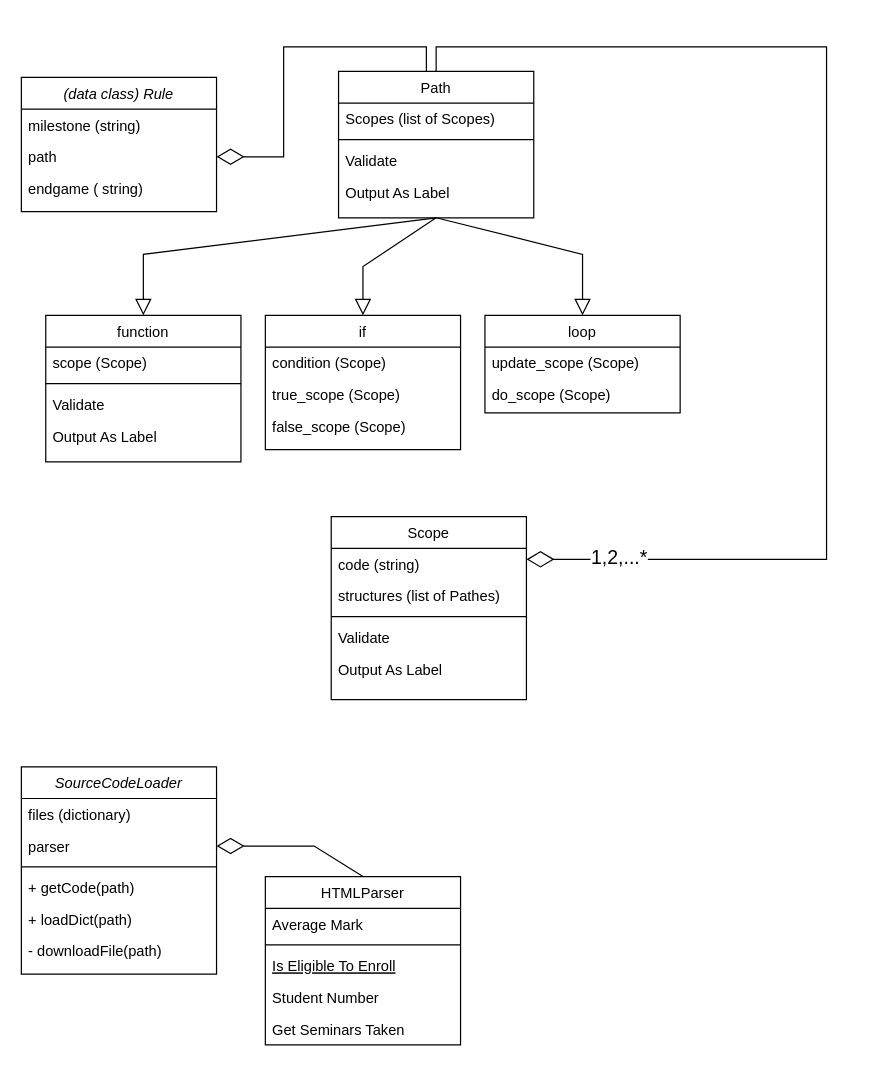
zivnaim/simon keeps this draw.io diagram as Untitled Diagram.drawio. Above is the earlier version. Source tidied: cells renumbered, new cells numbered last; positions are measured from the earlier drawing's top-left corner, leaving out a move shared by most shapes. Both pictures are drawn from the tidied source at 122%, with x=0, y=0 at pixel (21, 46).
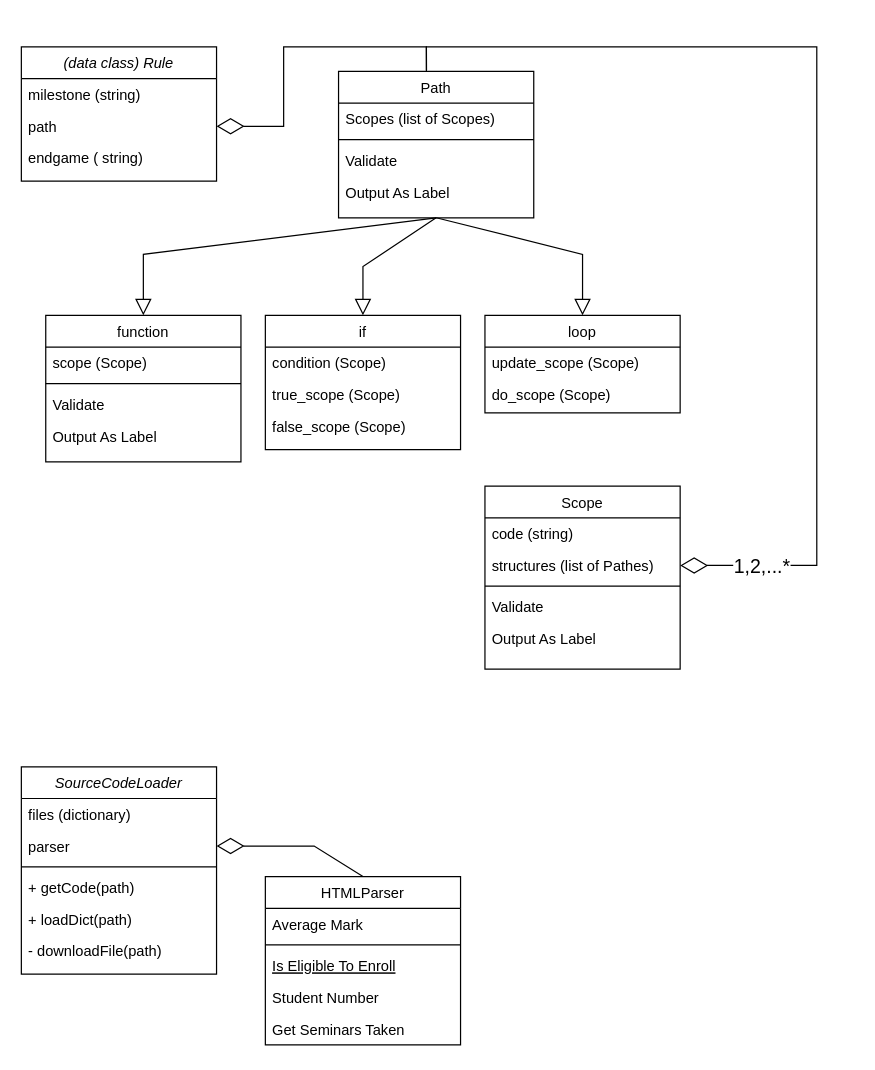
The same page after the edit.

The change refers to these unchanged cells:
```xml
<mxCell id="9" value="Path" style="swimlane;fontStyle=0;align=center;verticalAlign=top;horizontal=1;startSize=26;rounded=0;shadow=0;strokeWidth=1;" parent="1" vertex="1">
  <mxGeometry x="260" y="20" width="160" height="120" as="geometry" />
</mxCell>
<mxCell id="31" value="structures (list of Pathes)" style="text;align=left;verticalAlign=top;spacingLeft=4;spacingRight=4;overflow=hidden;points=[[0,0.5],[1,0.5]];portConstraint=eastwest;rounded=0;shadow=0;html=0;" parent="29" vertex="1">
  <mxGeometry y="52" width="160" height="26" as="geometry" />
</mxCell>
```

Diff of the diagram source:
```diff
@@
     <mxCell id="2" value="(data class) Rule" style="swimlane;fontStyle=2;align=center;verticalAlign=top;horizontal=1;startSize=26;rounded=0;shadow=0;strokeWidth=1;" parent="1" vertex="1">
-      <mxGeometry y="25" width="160" height="110" as="geometry" />
+      <mxGeometry width="160" height="110" as="geometry" />
     </mxCell>
@@
     <mxCell id="29" value="Scope" style="swimlane;fontStyle=0;align=center;verticalAlign=top;horizontal=1;startSize=26;rounded=0;shadow=0;strokeWidth=1;" parent="1" vertex="1">
-      <mxGeometry x="254" y="385" width="160" height="150" as="geometry" />
+      <mxGeometry x="380" y="360" width="160" height="150" as="geometry" />
     </mxCell>
@@
-    <mxCell id="47" style="edgeStyle=orthogonalEdgeStyle;rounded=0;jettySize=auto;html=1;endArrow=none;endFill=0;startArrow=diamondThin;startFill=0;startSize=20;entryX=0.5;entryY=0;entryDx=0;entryDy=0;" parent="1" edge="1" target="9">
-      <mxGeometry relative="1" as="geometry">
-        <mxPoint x="414" y="420" as="sourcePoint" />
-        <Array as="points">
-          <mxPoint x="660" y="420" />
-          <mxPoint x="660" />
-          <mxPoint x="340" />
-        </Array>
-      </mxGeometry>
-    </mxCell>
+    <mxCell id="49" style="edgeStyle=none;rounded=0;jettySize=auto;html=1;entryX=0.438;entryY=-0.008;entryDx=0;entryDy=0;entryPerimeter=0;fontSize=16;endArrow=none;endFill=0;startSize=20;endSize=11;startArrow=diamondThin;startFill=0;exitX=1;exitY=0.5;exitDx=0;exitDy=0;" parent="1" edge="1" source="31">
+      <mxGeometry relative="1" as="geometry">
+        <mxPoint x="332.1" y="19" as="targetPoint" />
+        <Array as="points">
+          <mxPoint x="652" y="425" />
+          <mxPoint x="652" />
+          <mxPoint x="332" />
+        </Array>
+      </mxGeometry>
+    </mxCell>
-    <mxCell id="48" value="1,2,...*" style="edgeLabel;html=1;align=center;verticalAlign=middle;fontSize=16;" parent="47" vertex="1">
-      <mxGeometry x="-0.85" y="3" relative="1" as="geometry" />
+    <mxCell id="48" value="1,2,...*" style="edgeLabel;html=1;align=center;verticalAlign=middle;fontSize=16;" parent="49" vertex="1">
+      <mxGeometry x="-0.85" relative="1" as="geometry" />
     </mxCell>
```
